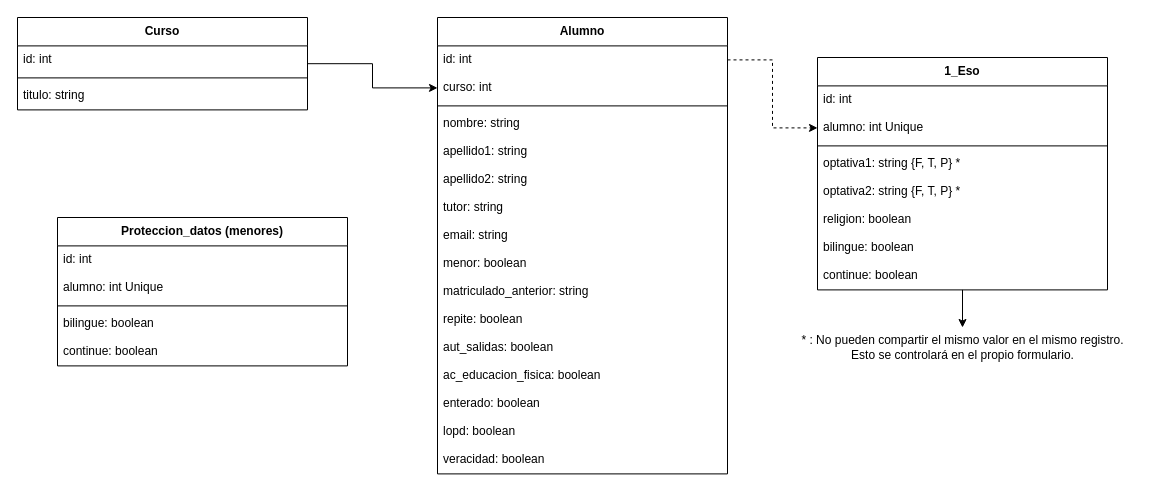
Before: Proyecto-Matricula-Online.drawio in Buhuk/diagramas, a draw.io diagram. Source tidied: cells renumbered, new cells numbered last; positions are measured from the earlier drawing's top-left corner, leaving out a move shared by most shapes. Both pictures are drawn from the tidied source at 100%, with x=0, y=0 at pixel (17, 17).
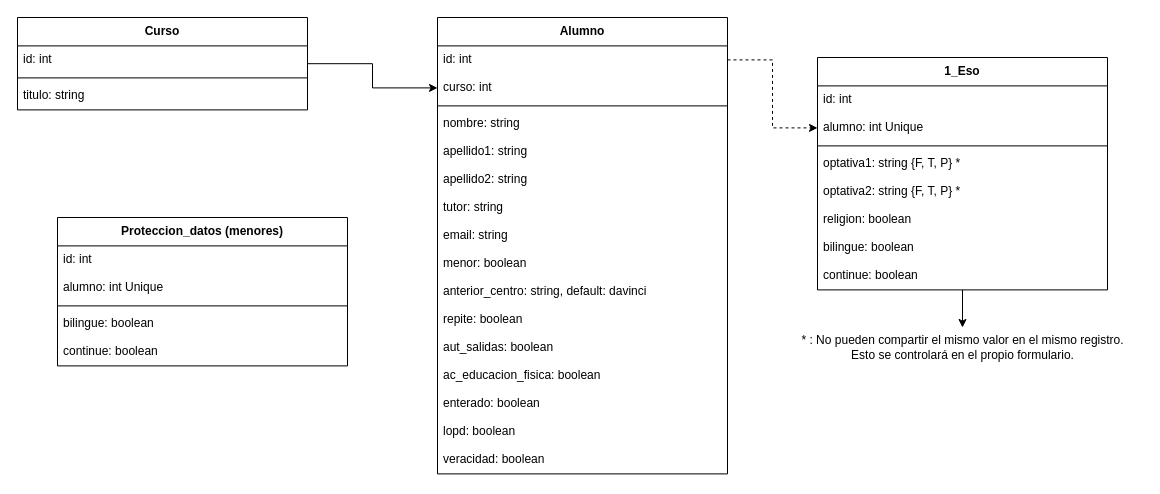
After the change.

Unchanged cells that the change refers to:
```xml
<mxCell id="2" value="Alumno" style="swimlane;fontStyle=1;align=center;verticalAlign=top;horizontal=1;startSize=28.4;" parent="1" vertex="1">
  <mxGeometry x="420" width="290" height="456.4" as="geometry" />
</mxCell>
```

Diff of the diagram source:
```diff
@@
-    <mxCell id="12" value="matriculado_anterior: string" style="text;strokeColor=none;fillColor=none;align=left;verticalAlign=top;spacingLeft=4;spacingRight=4;overflow=hidden;" parent="2" vertex="1">
+    <mxCell id="12" value="anterior_centro: string, default: davinci" style="text;strokeColor=none;fillColor=none;align=left;verticalAlign=top;spacingLeft=4;spacingRight=4;overflow=hidden;" parent="2" vertex="1">
       <mxGeometry y="260.4" width="290" height="28" as="geometry" />
     </mxCell>
```
